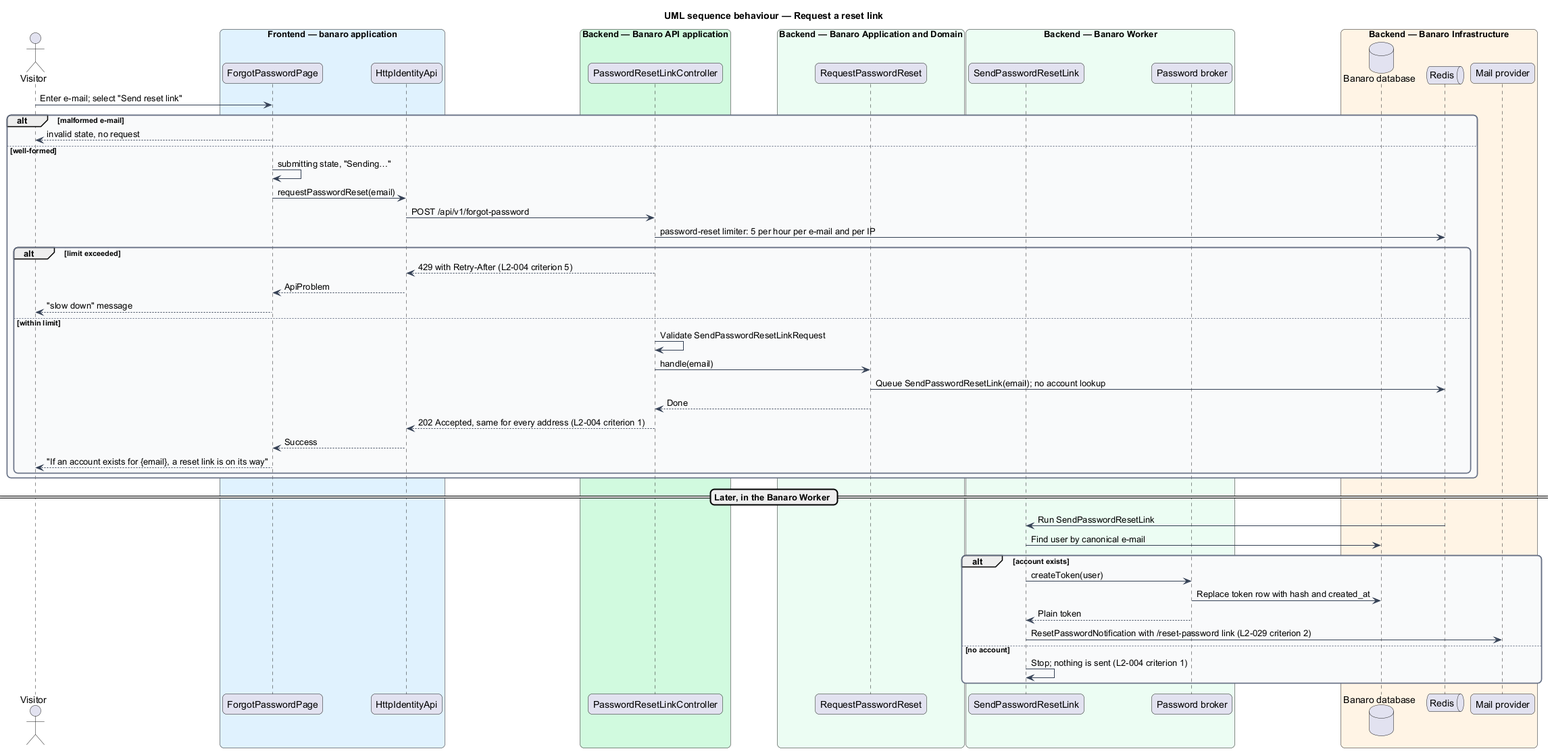
Earlier version of the PlantUML export docs/detailed-designs/identity/recover-password/diagrams/sequence-request-reset-link.png (QuinntyneBrown/banaro). The source it was exported from:
```plantuml
@startuml
title UML sequence behaviour — Request a reset link
skinparam backgroundColor #FFFFFF
skinparam shadowing false
skinparam roundcorner 12
skinparam defaultFontName Arial
skinparam ArrowColor #344054
skinparam rectangle {
  BorderColor #344054
  FontColor #101828
}
skinparam package {
  BorderColor #667085
  FontColor #101828
  BackgroundColor #F9FAFB
}
actor "Visitor" as actor
box "Frontend — banaro application" #E0F2FE
  participant "ForgotPasswordPage" as page
  participant "HttpIdentityApi" as client
end box
box "Backend — Banaro API application" #D1FADF
  participant "PasswordResetLinkController" as controller
end box
box "Backend — Banaro Application and Domain" #ECFDF3
  participant "RequestPasswordReset" as action
end box
box "Backend — Banaro Worker" #ECFDF3
  participant "SendPasswordResetLink" as job
  participant "Password broker" as broker
end box
box "Backend — Banaro Infrastructure" #FFF4E5
  database "Banaro database" as db
  queue "Redis" as redis
  participant "Mail provider" as mail
end box

actor -> page : Enter e-mail; select "Send reset link"
alt malformed e-mail
  page --> actor : invalid state, no request
else well-formed
  page -> page : submitting state, "Sending…"
  page -> client : requestPasswordReset(email)
  client -> controller : POST /api/v1/forgot-password
  controller -> redis : password-reset limiter: 5 per hour per e-mail and per IP
  alt limit exceeded
    controller --> client : 429 with Retry-After (L2-004 criterion 5)
    client --> page : ApiProblem
    page --> actor : "slow down" message
  else within limit
    controller -> controller : Validate SendPasswordResetLinkRequest
    controller -> action : handle(email)
    action -> redis : Queue SendPasswordResetLink(email); no account lookup
    action --> controller : Done
    controller --> client : 202 Accepted, same for every address (L2-004 criterion 1)
    client --> page : Success
    page --> actor : "If an account exists for {email}, a reset link is on its way"
  end
end

== Later, in the Banaro Worker ==
redis -> job : Run SendPasswordResetLink
job -> db : Find user by canonical e-mail
alt account exists
  job -> broker : createToken(user)
  broker -> db : Replace token row with hash and created_at
  broker --> job : Plain token
  job -> mail : ResetPasswordNotification with /reset-password link (L2-029 criterion 2)
else no account
  job -> job : Stop; nothing is sent (L2-004 criterion 1)
end
@enduml
```
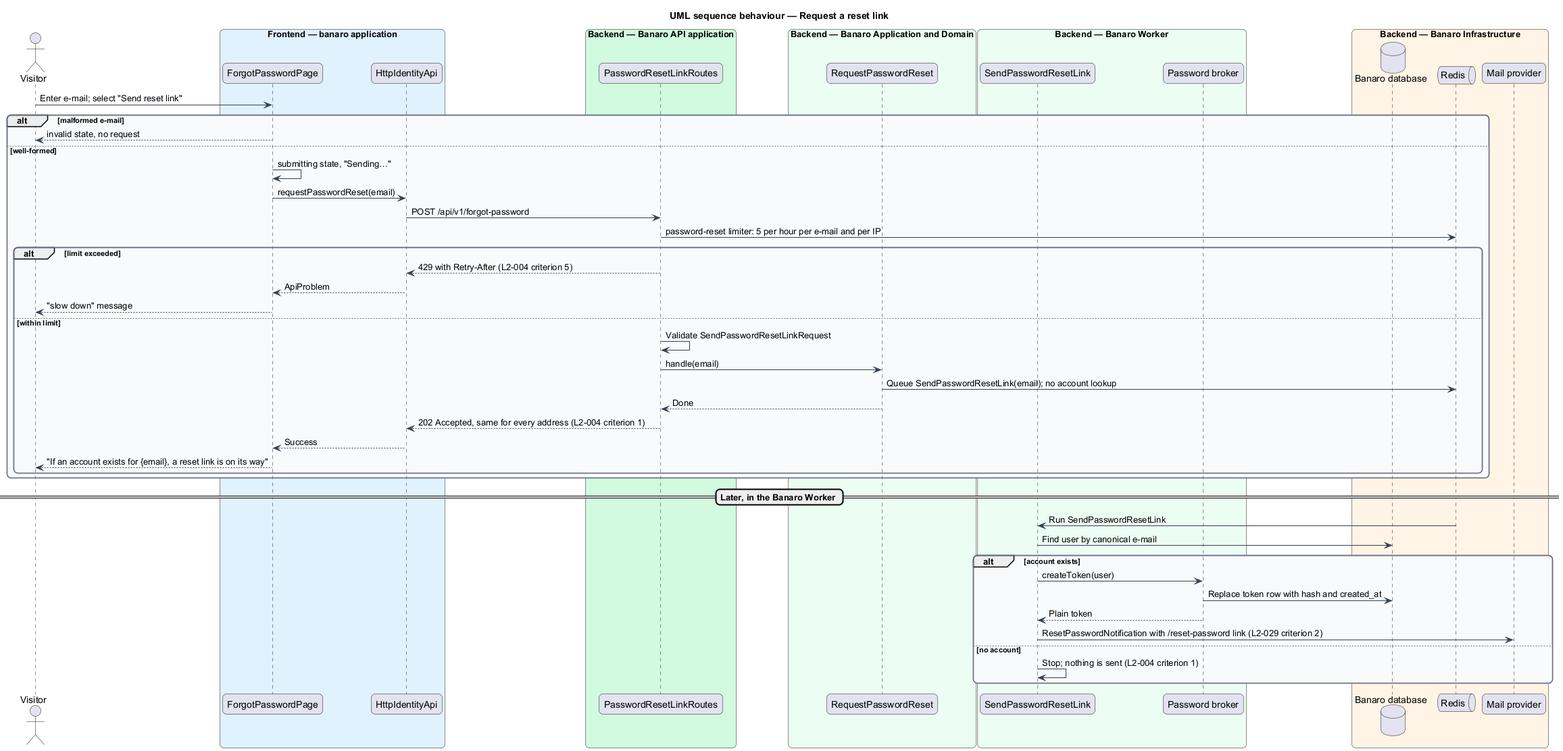
After the change.

The edit, as a diff of the source:
```diff
@@ -20,7 +20,7 @@
   participant "HttpIdentityApi" as client
 end box
 box "Backend — Banaro API application" #D1FADF
-  participant "PasswordResetLinkController" as controller
+  participant "PasswordResetLinkRoutes" as controller
 end box
 box "Backend — Banaro Application and Domain" #ECFDF3
   participant "RequestPasswordReset" as action
```
